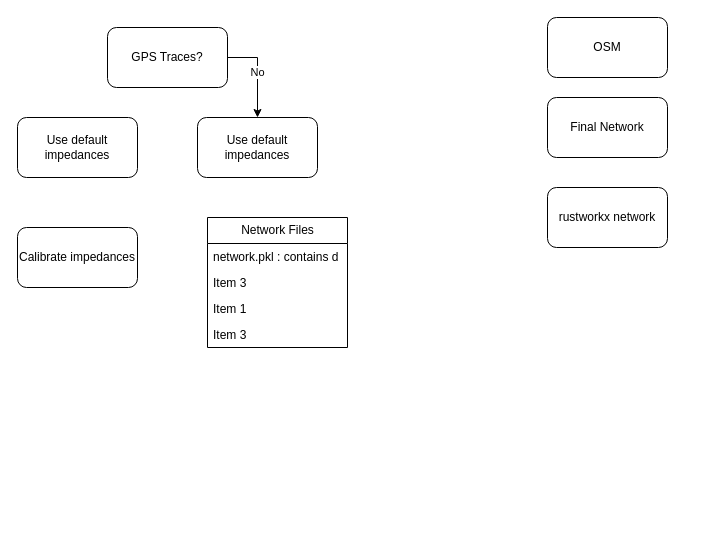
This is quick_start.drawio from gti-gatech/BikewaySim, a draw.io file, before an edit. Source tidied: cells renumbered, new cells numbered last; positions are measured from the earlier drawing's top-left corner, leaving out a move shared by most shapes. Both pictures are drawn from the tidied source at 100%, with x=0, y=0 at pixel (17, 17).
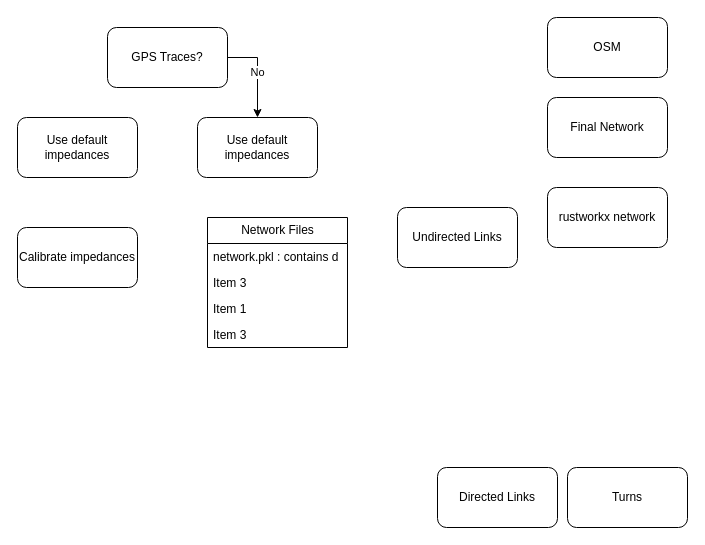
Above is the later version.

Diff of the diagram source:
```diff
@@
 <mxGraphModel>
   <root>
     <mxCell id="0" />
     <mxCell id="1" parent="0" />
     <mxCell id="2" value="No" style="edgeStyle=orthogonalEdgeStyle;rounded=0;jettySize=auto;html=1;entryX=0.5;entryY=0;entryDx=0;entryDy=0;exitX=1;exitY=0.5;exitDx=0;exitDy=0;" parent="1" edge="1" source="3" target="4">
       <mxGeometry relative="1" as="geometry" />
     </mxCell>
     <mxCell id="3" value="GPS Traces?" style="rounded=1;whiteSpace=wrap;html=1;" parent="1" vertex="1">
       <mxGeometry x="90" y="10" width="120" height="60" as="geometry" />
     </mxCell>
     <mxCell id="4" value="Use default impedances" style="rounded=1;whiteSpace=wrap;html=1;" parent="1" vertex="1">
       <mxGeometry x="180" y="100" width="120" height="60" as="geometry" />
     </mxCell>
     <mxCell id="5" value="Calibrate impedances" style="rounded=1;whiteSpace=wrap;html=1;" parent="1" vertex="1">
       <mxGeometry y="210" width="120" height="60" as="geometry" />
     </mxCell>
     <mxCell id="6" value="Use default impedances" style="rounded=1;whiteSpace=wrap;html=1;" parent="1" vertex="1">
       <mxGeometry y="100" width="120" height="60" as="geometry" />
     </mxCell>
     <mxCell id="7" value="Network Files" style="swimlane;fontStyle=0;horizontal=1;startSize=26;fillColor=none;html=1;" parent="1" vertex="1">
       <mxGeometry x="190" y="200" width="140" height="130" as="geometry" />
     </mxCell>
     <mxCell id="8" value="network.pkl : contains d" style="text;strokeColor=none;fillColor=none;align=left;verticalAlign=top;spacingLeft=4;spacingRight=4;overflow=hidden;whiteSpace=wrap;html=1;" parent="7" vertex="1">
       <mxGeometry y="26" width="140" height="26" as="geometry" />
     </mxCell>
     <mxCell id="9" value="Item 3" style="text;strokeColor=none;fillColor=none;align=left;verticalAlign=top;spacingLeft=4;spacingRight=4;overflow=hidden;whiteSpace=wrap;html=1;" parent="7" vertex="1">
       <mxGeometry y="52" width="140" height="26" as="geometry" />
     </mxCell>
     <mxCell id="10" value="Item 1" style="text;strokeColor=none;fillColor=none;align=left;verticalAlign=top;spacingLeft=4;spacingRight=4;overflow=hidden;whiteSpace=wrap;html=1;" parent="7" vertex="1">
       <mxGeometry y="78" width="140" height="26" as="geometry" />
     </mxCell>
     <mxCell id="11" value="Item 3" style="text;strokeColor=none;fillColor=none;align=left;verticalAlign=top;spacingLeft=4;spacingRight=4;overflow=hidden;whiteSpace=wrap;html=1;" parent="7" vertex="1">
       <mxGeometry y="104" width="140" height="26" as="geometry" />
     </mxCell>
     <mxCell id="12" value="OSM" style="rounded=1;whiteSpace=wrap;html=1;" parent="1" vertex="1">
       <mxGeometry x="530" width="120" height="60" as="geometry" />
     </mxCell>
     <mxCell id="13" value="Final Network" style="rounded=1;whiteSpace=wrap;html=1;" parent="1" vertex="1">
       <mxGeometry x="530" y="80" width="120" height="60" as="geometry" />
     </mxCell>
     <mxCell id="14" value="rustworkx network" style="rounded=1;whiteSpace=wrap;html=1;" parent="1" vertex="1">
       <mxGeometry x="530" y="170" width="120" height="60" as="geometry" />
     </mxCell>
+    <mxCell id="15" value="Turns" style="rounded=1;whiteSpace=wrap;html=1;" parent="1" vertex="1">
+      <mxGeometry x="550" y="450" width="120" height="60" as="geometry" />
+    </mxCell>
+    <mxCell id="16" value="Directed Links" style="rounded=1;whiteSpace=wrap;html=1;" parent="1" vertex="1">
+      <mxGeometry x="420" y="450" width="120" height="60" as="geometry" />
+    </mxCell>
+    <mxCell id="17" value="Undirected Links" style="rounded=1;whiteSpace=wrap;html=1;" parent="1" vertex="1">
+      <mxGeometry x="380" y="190" width="120" height="60" as="geometry" />
+    </mxCell>
   </root>
 </mxGraphModel>
```
